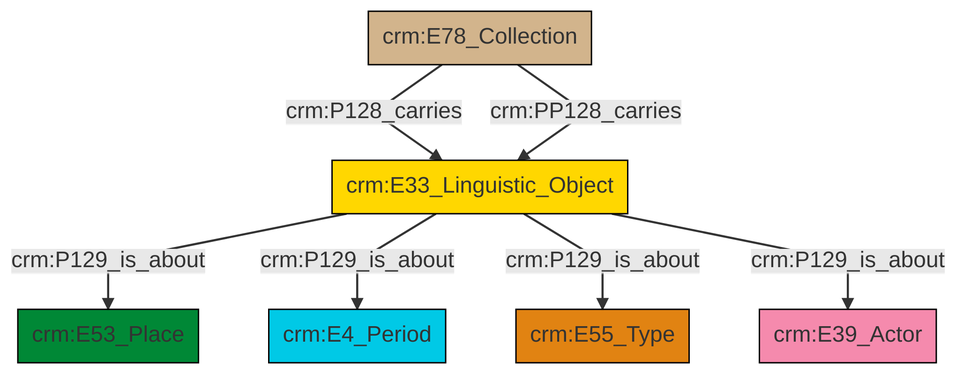
Above: et/archivalCSV/ttl/mmd/png/archival_aboutness.png in swiss-art-research-net/docs.swissartresearch (Mermaid), before the change. Its source is kept beside it as et/archivalCSV/ttl/mmd/archival_aboutness.ttl.mmd. Source of this version:
```mermaid
graph TD
classDef Literal fill:#f2f2f2,stroke:#000000;
classDef CRM_Entity fill:#FFFFFF,stroke:#000000;
classDef Temporal_Entity fill:#00C9E6, stroke:#000000;
classDef Type fill:#E18312, stroke:#000000;
classDef Time-Span fill:#2C9C91, stroke:#000000;
classDef Appellation fill:#FFEB7F, stroke:#000000;
classDef Place fill:#008836, stroke:#000000;
classDef Persistent_Item fill:#B266B2, stroke:#000000;
classDef Conceptual_Object fill:#FFD700, stroke:#000000;
classDef Physical_Thing fill:#D2B48C, stroke:#000000;
classDef Actor fill:#f58aad, stroke:#000000;
classDef PC_Classes fill:#4ce600, stroke:#000000;
classDef Multi fill:#cccccc,stroke:#000000;

0["crm:E33_Linguistic_Object"]:::Conceptual_Object -->|crm:P129_is_about| 1["crm:E53_Place"]:::Place
0["crm:E33_Linguistic_Object"]:::Conceptual_Object -->|crm:P129_is_about| 2["crm:E4_Period"]:::Temporal_Entity
4["crm:E78_Collection"]:::Physical_Thing -->|crm:P128_carries| 0["crm:E33_Linguistic_Object"]:::Conceptual_Object
4["crm:E78_Collection"]:::Physical_Thing -->|crm:PP128_carries| 0["crm:E33_Linguistic_Object"]:::Conceptual_Object
0["crm:E33_Linguistic_Object"]:::Conceptual_Object -->|crm:P129_is_about| 5["crm:E55_Type"]:::Type
0["crm:E33_Linguistic_Object"]:::Conceptual_Object -->|crm:P129_is_about| 9["crm:E39_Actor"]:::Actor
```
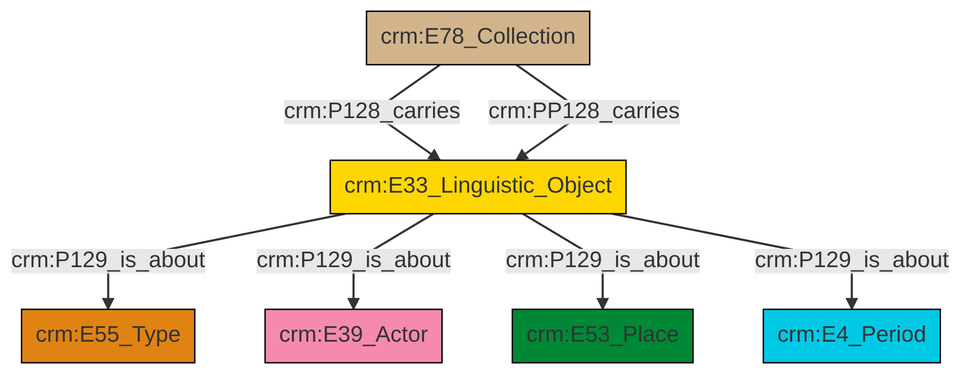
The same diagram one commit later.

The edit, as a diff of the source:
```diff
@@ -13,9 +13,9 @@
 classDef PC_Classes fill:#4ce600, stroke:#000000;
 classDef Multi fill:#cccccc,stroke:#000000;
 
-0["crm:E33_Linguistic_Object"]:::Conceptual_Object -->|crm:P129_is_about| 1["crm:E53_Place"]:::Place
-0["crm:E33_Linguistic_Object"]:::Conceptual_Object -->|crm:P129_is_about| 2["crm:E4_Period"]:::Temporal_Entity
-4["crm:E78_Collection"]:::Physical_Thing -->|crm:P128_carries| 0["crm:E33_Linguistic_Object"]:::Conceptual_Object
-4["crm:E78_Collection"]:::Physical_Thing -->|crm:PP128_carries| 0["crm:E33_Linguistic_Object"]:::Conceptual_Object
-0["crm:E33_Linguistic_Object"]:::Conceptual_Object -->|crm:P129_is_about| 5["crm:E55_Type"]:::Type
-0["crm:E33_Linguistic_Object"]:::Conceptual_Object -->|crm:P129_is_about| 9["crm:E39_Actor"]:::Actor
+2["crm:E33_Linguistic_Object"]:::Conceptual_Object -->|crm:P129_is_about| 3["crm:E55_Type"]:::Type
+2["crm:E33_Linguistic_Object"]:::Conceptual_Object -->|crm:P129_is_about| 0["crm:E39_Actor"]:::Actor
+2["crm:E33_Linguistic_Object"]:::Conceptual_Object -->|crm:P129_is_about| 8["crm:E53_Place"]:::Place
+10["crm:E78_Collection"]:::Physical_Thing -->|crm:P128_carries| 2["crm:E33_Linguistic_Object"]:::Conceptual_Object
+10["crm:E78_Collection"]:::Physical_Thing -->|crm:PP128_carries| 2["crm:E33_Linguistic_Object"]:::Conceptual_Object
+2["crm:E33_Linguistic_Object"]:::Conceptual_Object -->|crm:P129_is_about| 4["crm:E4_Period"]:::Temporal_Entity
```
